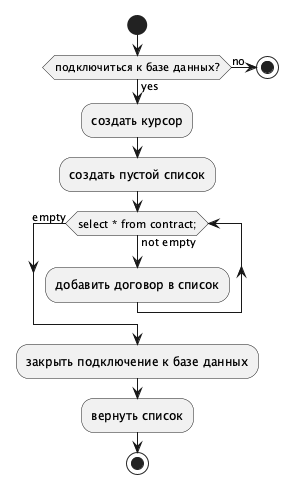
olegstiv/kravchuk.o keeps this PlantUML diagram as 1 семестр/lab06-activity/src/act-02-view.png. Above is the earlier version.
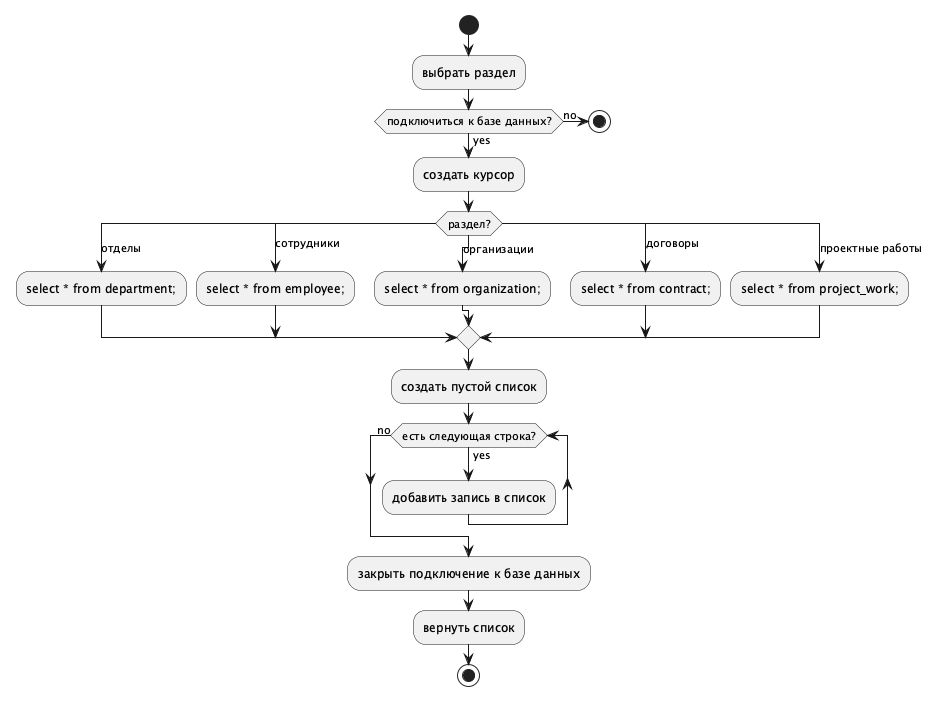
The same file after the commit.

What changed in the source:
```diff
@@ -1,14 +1,27 @@
 @startuml
 start
+:выбрать раздел;
 if (подключиться к базе данных?) then (yes)
   :создать курсор;
 else (no)
   stop;
 endif
+switch (раздел?)
+case (отделы)
+  :select * from department;;
+case (сотрудники)
+  :select * from employee;;
+case (организации)
+  :select * from organization;;
+case (договоры)
+  :select * from contract;;
+case (проектные работы)
+  :select * from project_work;;
+endswitch
 :создать пустой список;
-while (select * from contract;) is (not empty)
-:добавить договор в список;
-endwhile (empty)
+while (есть следующая строка?) is (yes)
+:добавить запись в список;
+endwhile (no)
 :закрыть подключение к базе данных;
 :вернуть список;
 stop
```
